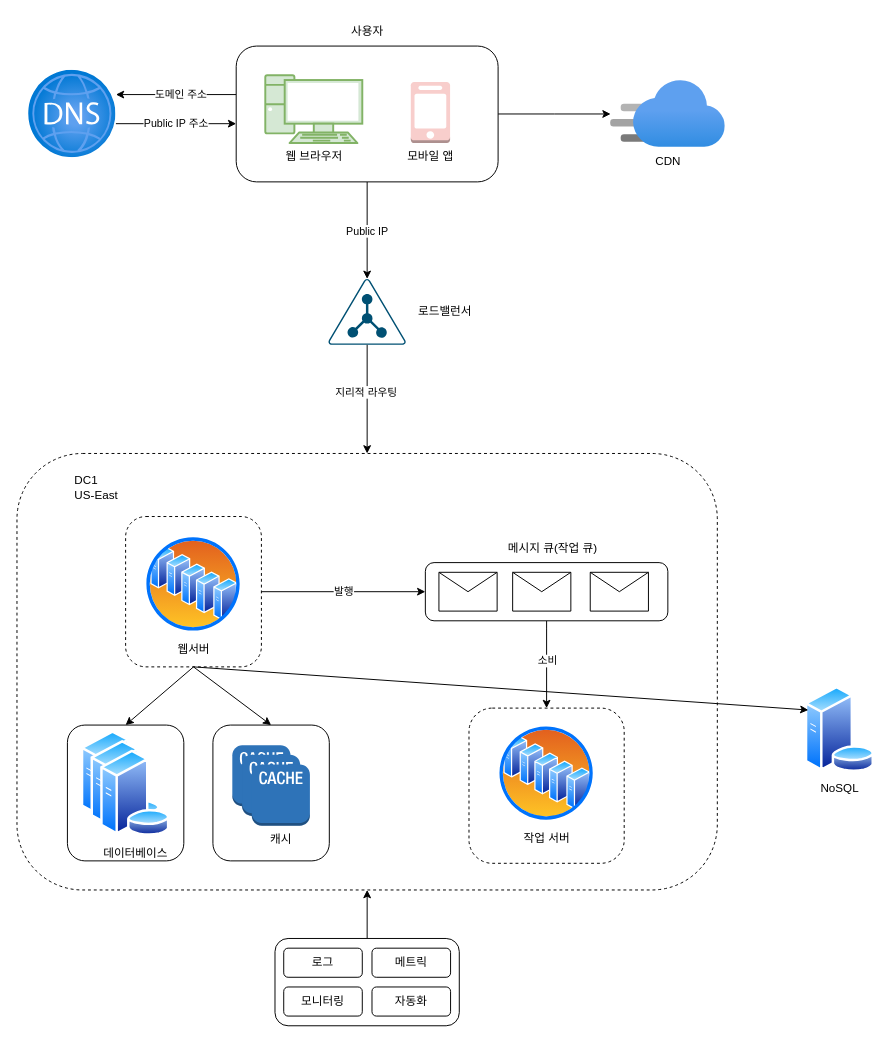
This is 로그,메트릭,자동화-메시지큐-무상태-CDN-캐시-로드밸런스-데이터베이스-다중화.drawio from aquaheyday/Drawio, a draw.io file, before an edit. Source tidied: cells renumbered, new cells numbered last; positions are measured from the earlier drawing's top-left corner, leaving out a move shared by most shapes. Both pictures are drawn from the tidied source at 97%, with x=0, y=0 at pixel (16, 16).
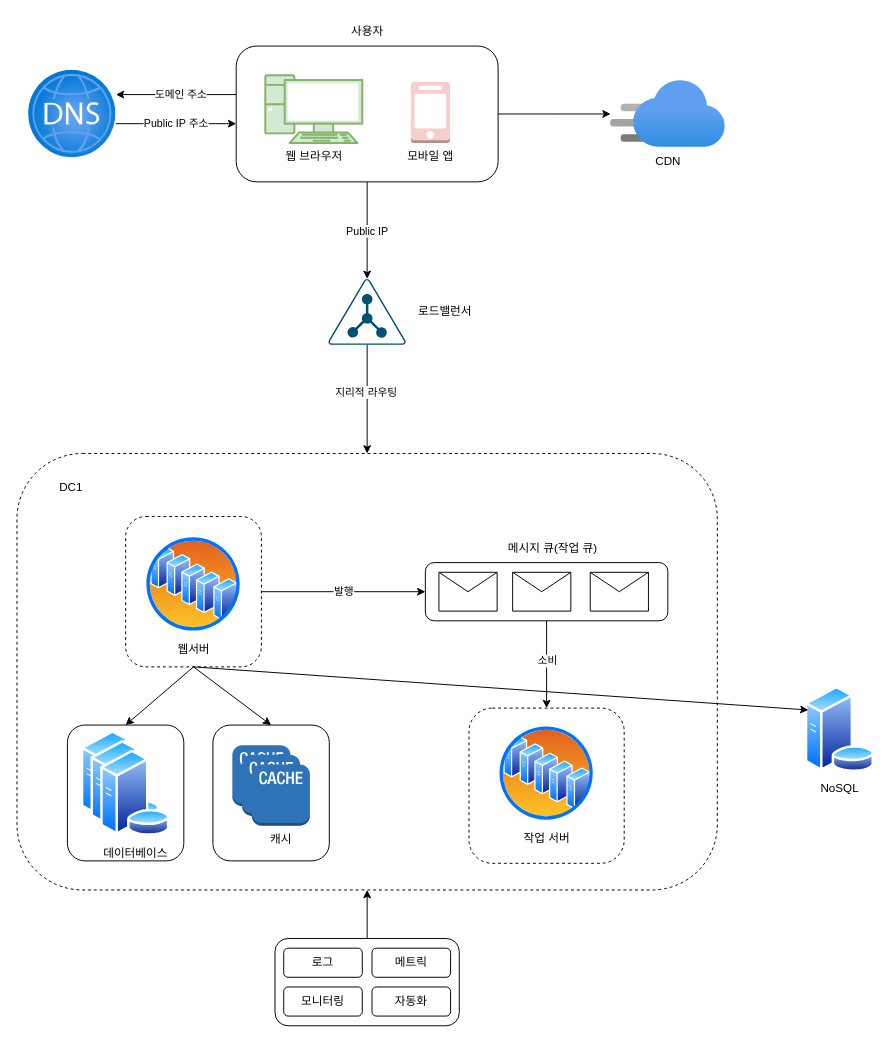
The same page after the edit.

Commit message (it also covers changes not shown here):
로그,메트릭,자동화-메시지큐-무상태-CDN-캐시-로드밸런스-데이터베이스-다중화.drawio 업데이트

Diff of the diagram source:
```diff
@@
-    <mxCell id="31" value="&lt;div style=&quot;text-align: left;&quot;&gt;&lt;span style=&quot;background-color: transparent; color: light-dark(rgb(0, 0, 0), rgb(255, 255, 255));&quot;&gt;DC1&lt;/span&gt;&lt;/div&gt;&lt;div&gt;US-East&lt;/div&gt;" style="text;html=1;align=center;verticalAlign=middle;whiteSpace=wrap;rounded=0;" parent="1" vertex="1">
-      <mxGeometry x="52" y="470" width="60" height="30" as="geometry" />
+    <mxCell id="31" value="&lt;div style=&quot;text-align: left;&quot;&gt;&lt;span style=&quot;background-color: transparent; color: light-dark(rgb(0, 0, 0), rgb(255, 255, 255));&quot;&gt;DC1&lt;/span&gt;&lt;/div&gt;" style="text;html=1;align=center;verticalAlign=middle;whiteSpace=wrap;rounded=0;" parent="1" vertex="1">
+      <mxGeometry x="25.7" y="470" width="60" height="30" as="geometry" />
     </mxCell>
```
